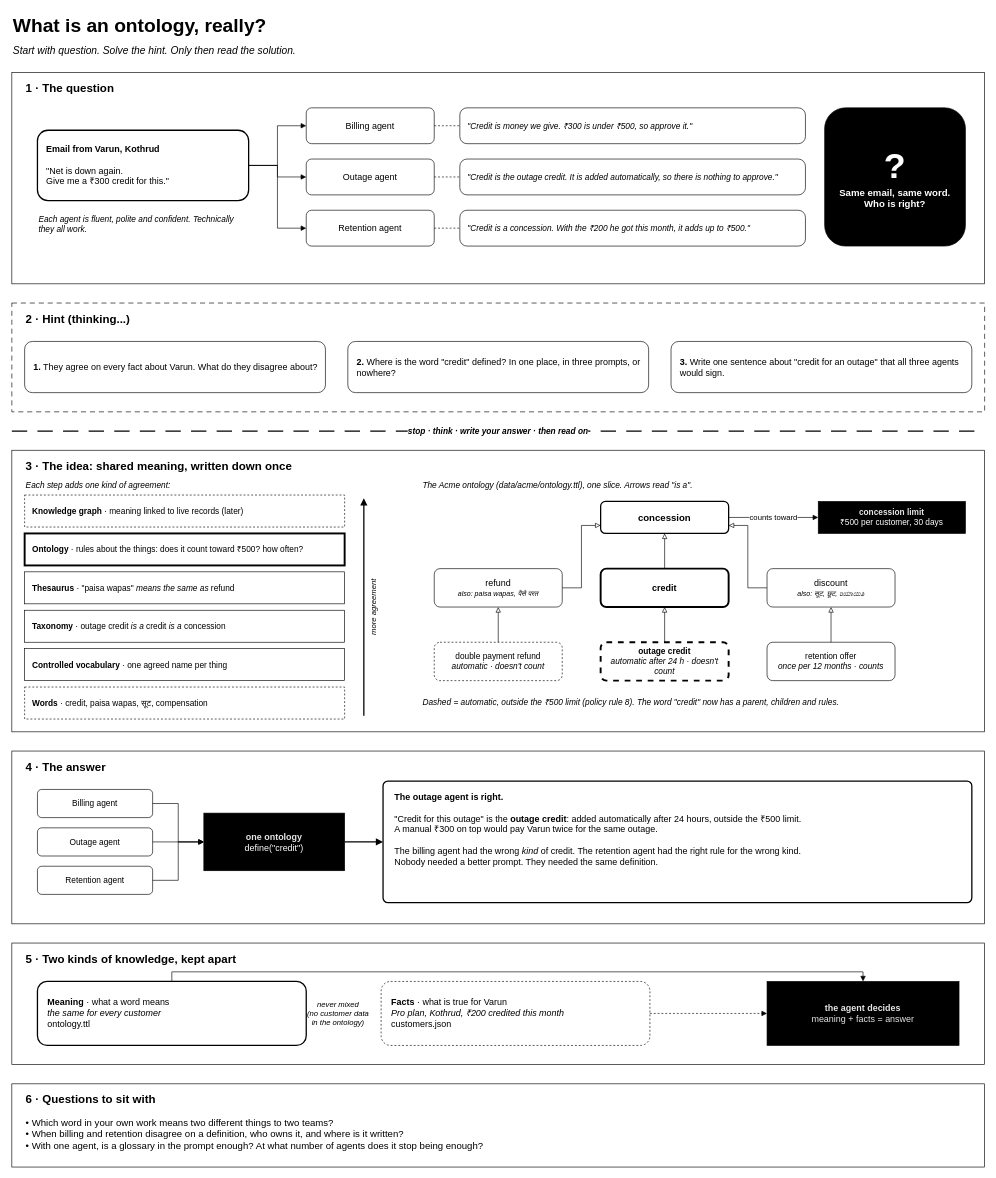
Before: fde-first-principles/1-measure-before-you-believe/08-agent-loop-from-scratch/ontology-explained.drawio in raj-champaneriya-ibm/continuous-learning, a draw.io diagram. Source tidied: cells renumbered, new cells numbered last; positions are measured from the earlier drawing's top-left corner, leaving out a move shared by most shapes. Both pictures are drawn from the tidied source at 64%, with x=0, y=0 at pixel (12, 11).
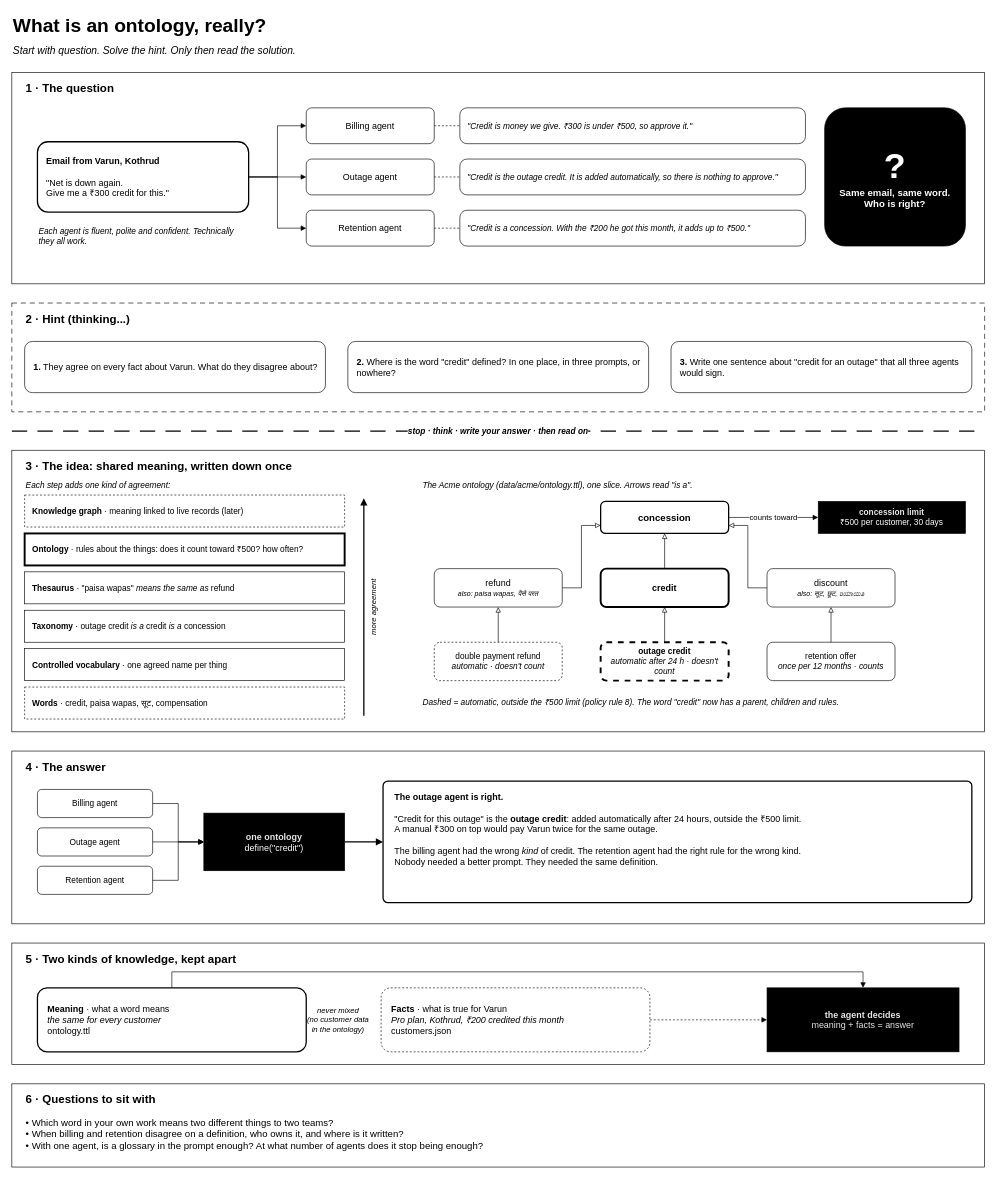
The same diagram, later.

Commit message:
fix: adjust diagram dimensions and element positions for clarity

The edit, as a diff of the source:
```diff
@@
     <mxCell id="6" value="&lt;b&gt;Email from Varun, Kothrud&lt;/b&gt;&lt;br&gt;&lt;br&gt;&quot;Net is down again.&lt;br&gt;Give me a ₹300 credit for this.&quot;" style="rounded=1;whiteSpace=wrap;html=1;align=left;spacingLeft=12;fontFamily=Helvetica;fontSize=14;fillColor=#FFFFFF;strokeColor=#000000;strokeWidth=2;fontColor=#000000;" parent="1" vertex="1">
-      <mxGeometry x="40" y="186" width="330" height="110" as="geometry" />
+      <mxGeometry x="40" y="204" width="330" height="110" as="geometry" />
     </mxCell>
@@
     <mxCell id="20" value="Each agent is fluent, polite and confident. Technically they all work." style="text;html=1;align=left;verticalAlign=top;whiteSpace=wrap;fontFamily=Helvetica;fontSize=13;fontStyle=2;fontColor=#000000;" parent="1" vertex="1">
-      <mxGeometry x="40" y="311" width="330" height="40" as="geometry" />
+      <mxGeometry x="40" y="329" width="330" height="40" as="geometry" />
     </mxCell>
@@
     <mxCell id="69" value="&lt;b&gt;Meaning&lt;/b&gt; · what a word means&lt;br&gt;&lt;i&gt;the same for every customer&lt;/i&gt;&lt;br&gt;ontology.ttl" style="rounded=1;whiteSpace=wrap;html=1;align=left;spacingLeft=14;fontFamily=Helvetica;fontSize=14;fillColor=#FFFFFF;strokeColor=#000000;strokeWidth=2;fontColor=#000000;" parent="1" vertex="1">
-      <mxGeometry x="40" y="1516" width="420" height="100" as="geometry" />
+      <mxGeometry x="40" y="1526" width="420" height="100" as="geometry" />
     </mxCell>
     <mxCell id="70" value="&lt;b&gt;Facts&lt;/b&gt; · what is true for Varun&lt;br&gt;&lt;i&gt;Pro plan, Kothrud, ₹200 credited this month&lt;/i&gt;&lt;br&gt;customers.json" style="rounded=1;whiteSpace=wrap;html=1;align=left;spacingLeft=14;fontFamily=Helvetica;fontSize=14;fillColor=#FFFFFF;strokeColor=#000000;dashed=1;fontColor=#000000;" parent="1" vertex="1">
-      <mxGeometry x="577" y="1516" width="420" height="100" as="geometry" />
+      <mxGeometry x="577" y="1526" width="420" height="100" as="geometry" />
     </mxCell>
     <mxCell id="71" value="&lt;span&gt;&lt;span style=&quot;color: light-dark(rgb(230, 230, 230), rgb(39, 39, 39));&quot;&gt;the agent decides&lt;/span&gt;&lt;br&gt;&lt;span style=&quot;font-weight: normal; color: rgb(230, 230, 230);&quot;&gt;meaning + facts = answer&lt;/span&gt;&lt;/span&gt;" style="rounded=0;whiteSpace=wrap;html=1;fontFamily=Helvetica;fontSize=14;fontStyle=1;fillColor=#000000;strokeColor=#000000;fontColor=#FFFFFF;" parent="1" vertex="1">
-      <mxGeometry x="1180" y="1516" width="300" height="100" as="geometry" />
+      <mxGeometry x="1180" y="1526" width="300" height="100" as="geometry" />
     </mxCell>
     <mxCell id="72" value="never mixed&lt;br&gt;(no customer data&lt;br&gt;in the ontology)" style="text;html=1;align=center;verticalAlign=middle;whiteSpace=wrap;fontFamily=Helvetica;fontSize=12;fontStyle=2;fontColor=#000000;" parent="1" vertex="1">
-      <mxGeometry x="460" y="1536" width="100" height="60" as="geometry" />
+      <mxGeometry x="460" y="1546" width="100" height="60" as="geometry" />
     </mxCell>
-    <mxCell id="73" style="edgeStyle=orthogonalEdgeStyle;rounded=0;html=1;strokeColor=#000000;endArrow=block;endFill=1;exitX=0.5;exitY=0;exitDx=0;exitDy=0;entryX=0.5;entryY=0;entryDx=0;entryDy=0;" parent="1" edge="1" source="69" target="71">
+    <mxCell id="73" style="edgeStyle=orthogonalEdgeStyle;rounded=0;html=1;strokeColor=#000000;endArrow=block;endFill=1;exitX=0.5;exitY=0;exitDx=0;exitDy=0;entryX=0.5;entryY=0;entryDx=0;entryDy=0;" parent="1" edge="1">
       <mxGeometry relative="1" as="geometry">
+        <mxPoint x="250" y="1526" as="sourcePoint" />
+        <mxPoint x="1330" y="1526" as="targetPoint" />
         <Array as="points">
           <mxPoint x="250" y="1501" />
           <mxPoint x="1330" y="1501" />
         </Array>
       </mxGeometry>
     </mxCell>
```
